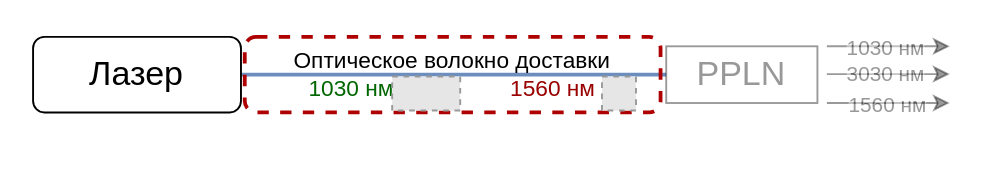
The draw.io diagram Presentation/images/problem_fiber.drawio in 3dsoundfromtagan/Russian-Phd-LaTeX-Dissertation-Template, before the edit. Source tidied: cells renumbered, new cells numbered last; positions are measured from the earlier drawing's top-left corner, leaving out a move shared by most shapes. Both pictures are drawn from the tidied source at 189%, with x=0, y=0 at pixel (32, 36). Pictures stored in the file or linked from it are replaced by grey dashed boxes.
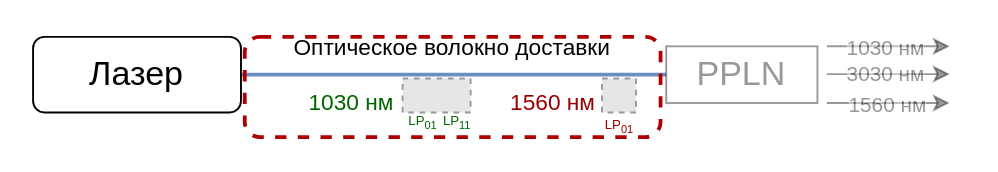
Above is the later version.

The edit, as a diff of the source:
```diff
@@
-    <mxCell id="4" value="Оптическое волокно доставки&lt;div&gt;&lt;font style=&quot;color: rgb(0, 102, 0);&quot;&gt;1030 нм&lt;span style=&quot;white-space: pre;&quot;&gt;&#9;&lt;/span&gt;&lt;span style=&quot;white-space: pre;&quot;&gt;&#9;&lt;/span&gt;&lt;/font&gt;&lt;span style=&quot;white-space: pre;&quot;&gt;&#9;&lt;/span&gt;&lt;font style=&quot;color: rgb(153, 0, 0);&quot;&gt;1560 нм&lt;/font&gt;&lt;/div&gt;" style="whiteSpace=wrap;html=1;rounded=1;dashed=1;fillColor=none;strokeColor=#AE0000;strokeWidth=2;" parent="1" vertex="1">
+    <mxCell id="4" value="Оптическое волокно доставки&lt;div&gt;&lt;br&gt;&lt;div&gt;&lt;font style=&quot;color: rgb(0, 102, 0);&quot;&gt;1030 нм&lt;span style=&quot;white-space: pre;&quot;&gt;&#9;&lt;/span&gt;&lt;span style=&quot;white-space: pre;&quot;&gt;&#9;&lt;/span&gt;&lt;/font&gt;&lt;span style=&quot;white-space: pre;&quot;&gt;&#9;&lt;/span&gt;&lt;font style=&quot;color: rgb(153, 0, 0);&quot;&gt;1560 нм&lt;/font&gt;&lt;/div&gt;&lt;/div&gt;" style="whiteSpace=wrap;html=1;rounded=1;dashed=1;fillColor=none;strokeColor=none;strokeWidth=2;" parent="1" vertex="1">
       <mxGeometry x="112" width="220" height="40" as="geometry" />
     </mxCell>
@@
+    <mxCell id="14" style="whiteSpace=wrap;html=1;rounded=1;dashed=1;fillColor=none;strokeColor=#AE0000;strokeWidth=2;" parent="1" vertex="1">
+      <mxGeometry x="112" width="220" height="53" as="geometry" />
+    </mxCell>
+    <mxCell id="15" style="group;" parent="1" vertex="1">
+      <mxGeometry x="188" y="22" width="55" height="26" as="geometry" />
+    </mxCell>
-    <mxCell id="12" style="fillColor=#E6E6E6;strokeColor=#999999;dashed=1;" parent="1" vertex="1">
-      <mxGeometry x="190" y="21" width="36" height="18" as="geometry" />
+    <mxCell id="12" style="fillColor=#E6E6E6;strokeColor=#999999;dashed=1;" parent="15" vertex="1">
+      <mxGeometry x="7.5" width="36" height="18" as="geometry" />
     </mxCell>
+    <mxCell id="16" value="&lt;div&gt;&lt;font style=&quot;color: rgb(0, 102, 0); font-size: 7px;&quot;&gt;&lt;span style=&quot;background-color: transparent;&quot;&gt;LP&lt;/span&gt;&lt;sub style=&quot;background-color: transparent;&quot;&gt;01&amp;nbsp;&amp;nbsp;&lt;/sub&gt;LP&lt;sub&gt;11&lt;/sub&gt;&lt;/font&gt;&lt;/div&gt;" style="whiteSpace=wrap;html=1;rounded=1;dashed=1;fillColor=none;strokeColor=none;strokeWidth=2;" parent="15" vertex="1">
+      <mxGeometry y="15" width="55" height="11" as="geometry" />
+    </mxCell>
+    <mxCell id="17" style="group;" parent="1" vertex="1">
+      <mxGeometry x="297.5" y="22" width="25" height="28" as="geometry" />
+    </mxCell>
-    <mxCell id="13" style="fillColor=#E6E6E6;strokeColor=#999999;dashed=1;" parent="1" vertex="1">
-      <mxGeometry x="301" y="21" width="18" height="18" as="geometry" />
+    <mxCell id="13" style="fillColor=#E6E6E6;strokeColor=#999999;dashed=1;" parent="17" vertex="1">
+      <mxGeometry x="3.5" width="18" height="18" as="geometry" />
     </mxCell>
+    <mxCell id="18" value="&lt;div&gt;&lt;font style=&quot;font-size: 7px;&quot;&gt;&lt;font style=&quot;color: rgb(153, 0, 0);&quot;&gt;LP&lt;sub&gt;01&lt;/sub&gt;&lt;/font&gt;&lt;/font&gt;&lt;/div&gt;" style="whiteSpace=wrap;html=1;rounded=1;dashed=1;fillColor=none;strokeColor=none;strokeWidth=2;" parent="17" vertex="1">
+      <mxGeometry y="18" width="25" height="10" as="geometry" />
+    </mxCell>
```
